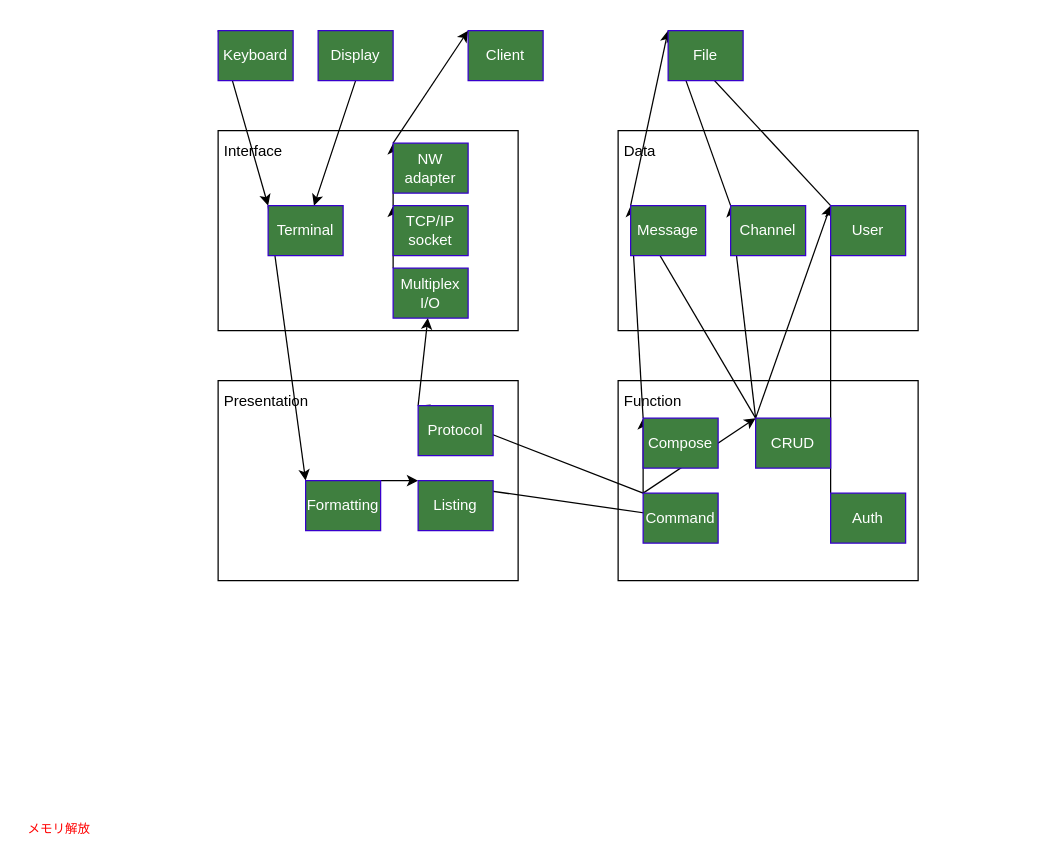
yunixuma/myIRC keeps this draw.io diagram as page "Architecture" (1 of 2) of irc_design.drawio. Above is the earlier version. Source tidied: cells renumbered, new cells numbered last; positions are measured from the earlier drawing's top-left corner, leaving out a move shared by most shapes. Both pictures are drawn from the tidied source at 125%, with x=0, y=0 at pixel (21, 30).
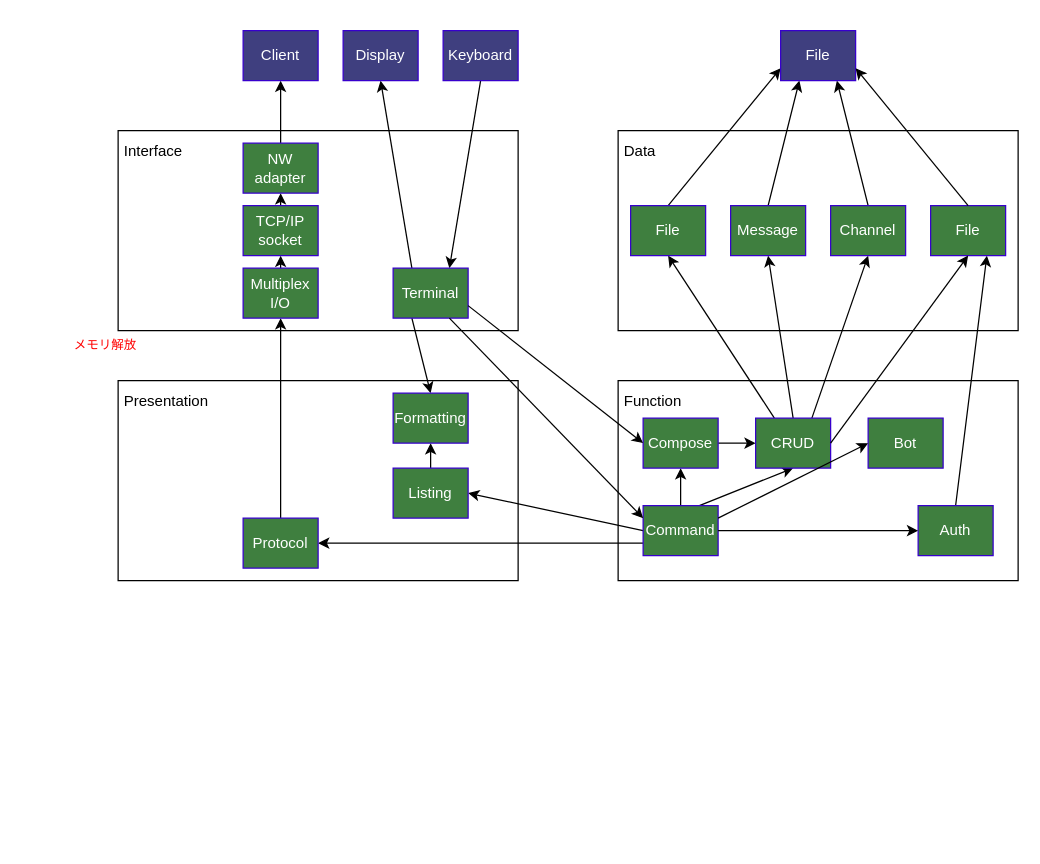
Above is the later version.

The change refers to these unchanged cells:
```xml
<mxCell id="36" value="CRUD" style="rounded=0;whiteSpace=wrap;html=1;fillColor=#3F7F3F;fontColor=#ffffff;strokeColor=#3700CC;" parent="1" vertex="1">
  <mxGeometry x="587" y="310" width="60" height="40" as="geometry" />
</mxCell>
<mxCell id="37" value="Compose" style="rounded=0;whiteSpace=wrap;html=1;fillColor=#3F7F3F;fontColor=#ffffff;strokeColor=#3700CC;" parent="1" vertex="1">
  <mxGeometry x="497" y="310" width="60" height="40" as="geometry" />
</mxCell>
```

The edit, as a diff of the source:
```diff
@@
     <mxCell id="2" value="Interface" style="labelPosition=center;verticalLabelPosition=middle;align=left;verticalAlign=top;spacingTop=0;spacingLeft=0;spacingRight=0;spacing=5;" parent="1" vertex="1">
-      <mxGeometry x="157" y="80" width="240" height="160" as="geometry" />
+      <mxGeometry x="77" y="80" width="320" height="160" as="geometry" />
     </mxCell>
     <mxCell id="3" value="Data" style="labelPosition=center;verticalLabelPosition=middle;align=left;verticalAlign=top;spacingTop=0;spacingLeft=0;spacingRight=0;spacing=5;" parent="1" vertex="1">
-      <mxGeometry x="477" y="80" width="240" height="160" as="geometry" />
+      <mxGeometry x="477" y="80" width="320" height="160" as="geometry" />
     </mxCell>
     <mxCell id="4" value="Function" style="labelPosition=center;verticalLabelPosition=middle;align=left;verticalAlign=top;spacingTop=0;spacingLeft=0;spacingRight=0;spacing=5;" parent="1" vertex="1">
-      <mxGeometry x="477" y="280" width="240" height="160" as="geometry" />
+      <mxGeometry x="477" y="280" width="320" height="160" as="geometry" />
     </mxCell>
     <mxCell id="5" value="Presentation" style="labelPosition=center;verticalLabelPosition=middle;align=left;verticalAlign=top;spacingTop=0;spacingLeft=0;spacingRight=0;spacing=5;" parent="1" vertex="1">
-      <mxGeometry x="157" y="280" width="240" height="160" as="geometry" />
+      <mxGeometry x="77" y="280" width="320" height="160" as="geometry" />
     </mxCell>
-    <mxCell id="6" style="edgeStyle=none;html=1;exitX=0;exitY=0;exitDx=0;exitDy=0;entryX=0;entryY=0;entryDx=0;entryDy=0;" parent="1" edge="1" source="11" target="29">
+    <mxCell id="6" style="edgeStyle=none;html=1;exitX=0.25;exitY=1;exitDx=0;exitDy=0;entryX=0.5;entryY=0;entryDx=0;entryDy=0;" parent="1" edge="1" source="11" target="29">
       <mxGeometry relative="1" as="geometry" />
     </mxCell>
-    <mxCell id="7" style="edgeStyle=none;html=1;exitX=0;exitY=0;exitDx=0;exitDy=0;entryX=0;entryY=0;entryDx=0;entryDy=0;" parent="1" edge="1" source="27" target="26">
+    <mxCell id="7" style="edgeStyle=none;html=1;exitX=0.5;exitY=0;exitDx=0;exitDy=0;entryX=0.5;entryY=1;entryDx=0;entryDy=0;" parent="1" edge="1" source="27" target="26">
       <mxGeometry relative="1" as="geometry" />
     </mxCell>
-    <mxCell id="8" style="edgeStyle=none;html=1;exitX=0.5;exitY=1;exitDx=0;exitDy=0;" parent="1" edge="1" source="23" target="11">
+    <mxCell id="8" style="edgeStyle=none;html=1;entryX=0.5;entryY=1;entryDx=0;entryDy=0;exitX=0.25;exitY=0;exitDx=0;exitDy=0;" parent="1" edge="1" source="11" target="24">
       <mxGeometry relative="1" as="geometry" />
     </mxCell>
-    <mxCell id="9" style="edgeStyle=none;html=1;entryX=0;entryY=0;entryDx=0;entryDy=0;exitX=0;exitY=0;exitDx=0;exitDy=0;" parent="1" edge="1" source="24" target="11">
+    <mxCell id="9" style="edgeStyle=none;html=1;entryX=0.75;entryY=0;entryDx=0;entryDy=0;exitX=0.5;exitY=1;exitDx=0;exitDy=0;" parent="1" edge="1" source="23" target="11">
       <mxGeometry relative="1" as="geometry" />
     </mxCell>
     <mxCell id="10" value="メモリ解放" style="rounded=0;whiteSpace=wrap;html=1;fillColor=none;strokeColor=none;fontSize=10;fontColor=#FF0000;" parent="1" vertex="1">
-      <mxGeometry y="627" width="60" height="22" as="geometry" />
+      <mxGeometry x="37" y="240" width="60" height="22" as="geometry" />
     </mxCell>
     <mxCell id="11" value="Terminal" style="rounded=0;whiteSpace=wrap;html=1;fillColor=#3F7F3F;fontColor=#ffffff;strokeColor=#3700CC;" parent="1" vertex="1">
-      <mxGeometry x="197" y="140" width="60" height="40" as="geometry" />
+      <mxGeometry x="297" y="190" width="60" height="40" as="geometry" />
     </mxCell>
-    <mxCell id="12" style="edgeStyle=none;html=1;exitX=0;exitY=0;exitDx=0;exitDy=0;entryX=0;entryY=0;entryDx=0;entryDy=0;" parent="1" edge="1" source="38" target="44">
+    <mxCell id="12" style="edgeStyle=none;html=1;exitX=0.5;exitY=0;exitDx=0;exitDy=0;entryX=0.75;entryY=1;entryDx=0;entryDy=0;" parent="1" edge="1" source="38" target="48">
       <mxGeometry relative="1" as="geometry" />
     </mxCell>
-    <mxCell id="13" style="edgeStyle=none;html=1;exitX=0;exitY=0;exitDx=0;exitDy=0;entryX=0;entryY=0;entryDx=0;entryDy=0;" parent="1" edge="1" source="26" target="25">
+    <mxCell id="13" style="edgeStyle=none;html=1;exitX=0.5;exitY=0;exitDx=0;exitDy=0;entryX=0.5;entryY=1;entryDx=0;entryDy=0;" parent="1" edge="1" source="26" target="25">
       <mxGeometry relative="1" as="geometry" />
     </mxCell>
-    <mxCell id="14" style="edgeStyle=none;html=1;exitX=0;exitY=0;exitDx=0;exitDy=0;entryX=0;entryY=0;entryDx=0;entryDy=0;" parent="1" edge="1" source="36" target="42">
+    <mxCell id="14" style="edgeStyle=none;html=1;exitX=0.25;exitY=0;exitDx=0;exitDy=0;entryX=0.5;entryY=1;entryDx=0;entryDy=0;" parent="1" edge="1" source="36" target="42">
       <mxGeometry relative="1" as="geometry" />
     </mxCell>
-    <mxCell id="15" style="edgeStyle=none;html=1;exitX=0;exitY=0;exitDx=0;exitDy=0;entryX=0;entryY=0;entryDx=0;entryDy=0;" parent="1" edge="1" source="36" target="43">
+    <mxCell id="15" style="edgeStyle=none;html=1;exitX=0.5;exitY=0;exitDx=0;exitDy=0;entryX=0.5;entryY=1;entryDx=0;entryDy=0;" parent="1" edge="1" source="36" target="43">
       <mxGeometry relative="1" as="geometry" />
     </mxCell>
-    <mxCell id="16" style="edgeStyle=none;html=1;exitX=0;exitY=0;exitDx=0;exitDy=0;entryX=0;entryY=0;entryDx=0;entryDy=0;" parent="1" edge="1" source="36" target="44">
+    <mxCell id="16" style="edgeStyle=none;html=1;exitX=0.75;exitY=0;exitDx=0;exitDy=0;entryX=0.5;entryY=1;entryDx=0;entryDy=0;" parent="1" edge="1" source="36" target="44">
       <mxGeometry relative="1" as="geometry" />
     </mxCell>
-    <mxCell id="17" style="edgeStyle=none;html=1;exitX=0;exitY=0;exitDx=0;exitDy=0;entryX=0;entryY=0;entryDx=0;entryDy=0;" parent="1" edge="1" source="29" target="40">
+    <mxCell id="17" style="edgeStyle=none;html=1;entryX=0.5;entryY=1;entryDx=0;entryDy=0;exitX=0.5;exitY=0;exitDx=0;exitDy=0;" parent="1" edge="1" source="40" target="29">
       <mxGeometry relative="1" as="geometry" />
     </mxCell>
-    <mxCell id="18" style="edgeStyle=none;html=1;exitX=0;exitY=0;exitDx=0;exitDy=0;" parent="1" edge="1" source="41" target="28">
+    <mxCell id="18" style="edgeStyle=none;html=1;exitX=0.5;exitY=0;exitDx=0;exitDy=0;entryX=0.5;entryY=1;entryDx=0;entryDy=0;" parent="1" edge="1" source="41" target="28">
       <mxGeometry relative="1" as="geometry" />
     </mxCell>
-    <mxCell id="19" style="edgeStyle=none;html=1;exitX=0;exitY=0;exitDx=0;exitDy=0;entryX=0;entryY=0;entryDx=0;entryDy=0;" parent="1" edge="1" source="42" target="30">
+    <mxCell id="19" style="edgeStyle=none;html=1;exitX=0.5;exitY=0;exitDx=0;exitDy=0;entryX=0;entryY=0.75;entryDx=0;entryDy=0;" parent="1" edge="1" source="42" target="30">
       <mxGeometry relative="1" as="geometry" />
     </mxCell>
-    <mxCell id="20" style="edgeStyle=none;html=1;exitX=0;exitY=0;exitDx=0;exitDy=0;entryX=0;entryY=0;entryDx=0;entryDy=0;" parent="1" edge="1" source="28" target="27">
+    <mxCell id="20" style="edgeStyle=none;html=1;exitX=0.5;exitY=0;exitDx=0;exitDy=0;entryX=0.5;entryY=1;entryDx=0;entryDy=0;" parent="1" edge="1" source="28" target="27">
       <mxGeometry relative="1" as="geometry" />
     </mxCell>
-    <mxCell id="21" style="edgeStyle=none;html=1;exitX=0;exitY=0;exitDx=0;exitDy=0;entryX=0;entryY=0;entryDx=0;entryDy=0;" parent="1" edge="1" source="43" target="30">
+    <mxCell id="21" style="edgeStyle=none;html=1;exitX=0.5;exitY=0;exitDx=0;exitDy=0;entryX=0.25;entryY=1;entryDx=0;entryDy=0;" parent="1" edge="1" source="43" target="30">
       <mxGeometry relative="1" as="geometry" />
     </mxCell>
-    <mxCell id="22" style="edgeStyle=none;html=1;exitX=0;exitY=0;exitDx=0;exitDy=0;entryX=0;entryY=0;entryDx=0;entryDy=0;" parent="1" edge="1" source="44" target="30">
+    <mxCell id="22" style="edgeStyle=none;html=1;exitX=0.5;exitY=0;exitDx=0;exitDy=0;entryX=0.75;entryY=1;entryDx=0;entryDy=0;" parent="1" edge="1" source="44" target="30">
       <mxGeometry relative="1" as="geometry" />
     </mxCell>
-    <mxCell id="23" value="Display" style="rounded=0;whiteSpace=wrap;html=1;fillColor=#3F7F3F;fontColor=#ffffff;strokeColor=#3700CC;" parent="1" vertex="1">
-      <mxGeometry x="237" width="60" height="40" as="geometry" />
+    <mxCell id="23" value="Keyboard" style="rounded=0;whiteSpace=wrap;html=1;fillColor=#3F3F7F;fontColor=#ffffff;strokeColor=#3700CC;" parent="1" vertex="1">
+      <mxGeometry x="337" width="60" height="40" as="geometry" />
     </mxCell>
-    <mxCell id="24" value="Keyboard" style="rounded=0;whiteSpace=wrap;html=1;fillColor=#3F7F3F;fontColor=#ffffff;strokeColor=#3700CC;" parent="1" vertex="1">
-      <mxGeometry x="157" width="60" height="40" as="geometry" />
+    <mxCell id="24" value="Display" style="rounded=0;whiteSpace=wrap;html=1;fillColor=#3F3F7F;fontColor=#ffffff;strokeColor=#3700CC;" parent="1" vertex="1">
+      <mxGeometry x="257" width="60" height="40" as="geometry" />
     </mxCell>
-    <mxCell id="25" value="Client" style="rounded=0;whiteSpace=wrap;html=1;fillColor=#3F7F3F;fontColor=#ffffff;strokeColor=#3700CC;" parent="1" vertex="1">
-      <mxGeometry x="357" width="60" height="40" as="geometry" />
+    <mxCell id="25" value="Client" style="rounded=0;whiteSpace=wrap;html=1;fillColor=#3F3F7F;fontColor=#ffffff;strokeColor=#3700CC;" parent="1" vertex="1">
+      <mxGeometry x="177" width="60" height="40" as="geometry" />
     </mxCell>
     <mxCell id="26" value="NW&lt;br&gt;adapter" style="rounded=0;whiteSpace=wrap;html=1;fillColor=#3F7F3F;fontColor=#ffffff;strokeColor=#3700CC;" parent="1" vertex="1">
-      <mxGeometry x="297" y="90" width="60" height="40" as="geometry" />
+      <mxGeometry x="177" y="90" width="60" height="40" as="geometry" />
     </mxCell>
     <mxCell id="27" value="TCP/IP&lt;br&gt;socket" style="rounded=0;whiteSpace=wrap;html=1;fillColor=#3F7F3F;fontColor=#ffffff;strokeColor=#3700CC;" parent="1" vertex="1">
-      <mxGeometry x="297" y="140" width="60" height="40" as="geometry" />
+      <mxGeometry x="177" y="140" width="60" height="40" as="geometry" />
     </mxCell>
     <mxCell id="28" value="Multiplex&lt;br&gt;I/O" style="rounded=0;whiteSpace=wrap;html=1;fillColor=#3F7F3F;fontColor=#ffffff;strokeColor=#3700CC;" parent="1" vertex="1">
-      <mxGeometry x="297" y="190" width="60" height="40" as="geometry" />
+      <mxGeometry x="177" y="190" width="60" height="40" as="geometry" />
     </mxCell>
     <mxCell id="29" value="Formatting" style="rounded=0;whiteSpace=wrap;html=1;fillColor=#3F7F3F;fontColor=#ffffff;strokeColor=#3700CC;" parent="1" vertex="1">
-      <mxGeometry x="227" y="360" width="60" height="40" as="geometry" />
+      <mxGeometry x="297" y="290" width="60" height="40" as="geometry" />
     </mxCell>
-    <mxCell id="30" value="File" style="rounded=0;whiteSpace=wrap;html=1;fillColor=#3F7F3F;fontColor=#ffffff;strokeColor=#3700CC;" parent="1" vertex="1">
-      <mxGeometry x="517" width="60" height="40" as="geometry" />
+    <mxCell id="30" value="File" style="rounded=0;whiteSpace=wrap;html=1;fillColor=#3F3F7F;fontColor=#ffffff;strokeColor=#3700CC;" parent="1" vertex="1">
+      <mxGeometry x="607" width="60" height="40" as="geometry" />
     </mxCell>
-    <mxCell id="31" style="edgeStyle=none;html=1;entryX=0;entryY=0;entryDx=0;entryDy=0;exitX=0;exitY=0;exitDx=0;exitDy=0;" parent="1" edge="1" source="37" target="42">
+    <mxCell id="31" style="edgeStyle=none;html=1;entryX=0;entryY=0.5;entryDx=0;entryDy=0;exitX=1;exitY=0.5;exitDx=0;exitDy=0;" parent="1" edge="1" source="37" target="36">
       <mxGeometry relative="1" as="geometry" />
     </mxCell>
-    <mxCell id="32" style="edgeStyle=none;html=1;exitX=0;exitY=0;exitDx=0;exitDy=0;entryX=0;entryY=0;entryDx=0;entryDy=0;" parent="1" edge="1" source="39" target="36">
+    <mxCell id="32" style="edgeStyle=none;html=1;exitX=0.75;exitY=0;exitDx=0;exitDy=0;entryX=0.5;entryY=1;entryDx=0;entryDy=0;" parent="1" edge="1" source="39" target="36">
       <mxGeometry relative="1" as="geometry" />
     </mxCell>
-    <mxCell id="33" style="edgeStyle=none;html=1;exitX=0;exitY=0;exitDx=0;exitDy=0;" parent="1" edge="1" source="40">
-      <mxGeometry relative="1" as="geometry">
-        <mxPoint x="527" y="390" as="targetPoint" />
-      </mxGeometry>
+    <mxCell id="33" style="edgeStyle=none;html=1;entryX=1;entryY=0.5;entryDx=0;entryDy=0;exitX=0;exitY=0.5;exitDx=0;exitDy=0;" parent="1" edge="1" source="39" target="40">
+      <mxGeometry relative="1" as="geometry" />
     </mxCell>
-    <mxCell id="34" style="edgeStyle=none;html=1;exitX=0;exitY=0;exitDx=0;exitDy=0;entryX=0;entryY=0;entryDx=0;entryDy=0;" parent="1" edge="1" source="39" target="37">
+    <mxCell id="34" style="edgeStyle=none;html=1;exitX=0.5;exitY=0;exitDx=0;exitDy=0;entryX=0.5;entryY=1;entryDx=0;entryDy=0;" parent="1" edge="1" source="39" target="37">
       <mxGeometry relative="1" as="geometry" />
     </mxCell>
-    <mxCell id="35" style="edgeStyle=none;html=1;exitX=0;exitY=0;exitDx=0;exitDy=0;entryX=0;entryY=0;entryDx=0;entryDy=0;" parent="1" edge="1" source="39" target="41">
+    <mxCell id="35" style="edgeStyle=none;html=1;exitX=0;exitY=0.75;exitDx=0;exitDy=0;entryX=1;entryY=0.5;entryDx=0;entryDy=0;" parent="1" edge="1" source="39" target="41">
       <mxGeometry relative="1" as="geometry" />
     </mxCell>
@@
     <mxCell id="38" value="Auth" style="rounded=0;whiteSpace=wrap;html=1;fillColor=#3F7F3F;fontColor=#ffffff;strokeColor=#3700CC;" parent="1" vertex="1">
-      <mxGeometry x="647" y="370" width="60" height="40" as="geometry" />
+      <mxGeometry x="717" y="380" width="60" height="40" as="geometry" />
     </mxCell>
     <mxCell id="39" value="Command" style="rounded=0;whiteSpace=wrap;html=1;fillColor=#3F7F3F;fontColor=#ffffff;strokeColor=#3700CC;" parent="1" vertex="1">
-      <mxGeometry x="497" y="370" width="60" height="40" as="geometry" />
+      <mxGeometry x="497" y="380" width="60" height="40" as="geometry" />
     </mxCell>
     <mxCell id="40" value="Listing" style="rounded=0;whiteSpace=wrap;html=1;fillColor=#3F7F3F;fontColor=#ffffff;strokeColor=#3700CC;" parent="1" vertex="1">
-      <mxGeometry x="317" y="360" width="60" height="40" as="geometry" />
+      <mxGeometry x="297" y="350" width="60" height="40" as="geometry" />
     </mxCell>
     <mxCell id="41" value="Protocol" style="rounded=0;whiteSpace=wrap;html=1;fillColor=#3F7F3F;fontColor=#ffffff;strokeColor=#3700CC;" parent="1" vertex="1">
-      <mxGeometry x="317" y="300" width="60" height="40" as="geometry" />
+      <mxGeometry x="177" y="390" width="60" height="40" as="geometry" />
     </mxCell>
-    <mxCell id="42" value="Message" style="rounded=0;whiteSpace=wrap;html=1;fillColor=#3F7F3F;fontColor=#ffffff;strokeColor=#3700CC;" parent="1" vertex="1">
+    <mxCell id="42" value="File" style="rounded=0;whiteSpace=wrap;html=1;fillColor=#3F7F3F;fontColor=#ffffff;strokeColor=#3700CC;" parent="1" vertex="1">
       <mxGeometry x="487" y="140" width="60" height="40" as="geometry" />
     </mxCell>
-    <mxCell id="43" value="Channel" style="rounded=0;whiteSpace=wrap;html=1;fillColor=#3F7F3F;fontColor=#ffffff;strokeColor=#3700CC;" parent="1" vertex="1">
+    <mxCell id="43" value="Message" style="rounded=0;whiteSpace=wrap;html=1;fillColor=#3F7F3F;fontColor=#ffffff;strokeColor=#3700CC;" parent="1" vertex="1">
       <mxGeometry x="567" y="140" width="60" height="40" as="geometry" />
     </mxCell>
-    <mxCell id="44" value="User" style="rounded=0;whiteSpace=wrap;html=1;fillColor=#3F7F3F;fontColor=#ffffff;strokeColor=#3700CC;" parent="1" vertex="1">
+    <mxCell id="44" value="Channel" style="rounded=0;whiteSpace=wrap;html=1;fillColor=#3F7F3F;fontColor=#ffffff;strokeColor=#3700CC;" parent="1" vertex="1">
       <mxGeometry x="647" y="140" width="60" height="40" as="geometry" />
     </mxCell>
+    <mxCell id="45" style="edgeStyle=none;html=1;exitX=0.75;exitY=1;exitDx=0;exitDy=0;entryX=0;entryY=0.25;entryDx=0;entryDy=0;" parent="1" edge="1" source="11" target="39">
+      <mxGeometry relative="1" as="geometry" />
+    </mxCell>
+    <mxCell id="46" style="edgeStyle=none;html=1;exitX=1;exitY=0.5;exitDx=0;exitDy=0;entryX=0;entryY=0.5;entryDx=0;entryDy=0;" parent="1" edge="1" source="39" target="38">
+      <mxGeometry relative="1" as="geometry" />
+    </mxCell>
+    <mxCell id="47" style="edgeStyle=none;html=1;exitX=1;exitY=0.75;exitDx=0;exitDy=0;entryX=0;entryY=0.5;entryDx=0;entryDy=0;" parent="1" edge="1" source="11" target="37">
+      <mxGeometry relative="1" as="geometry" />
+    </mxCell>
+    <mxCell id="48" value="File" style="rounded=0;whiteSpace=wrap;html=1;fillColor=#3F7F3F;fontColor=#ffffff;strokeColor=#3700CC;" parent="1" vertex="1">
+      <mxGeometry x="727" y="140" width="60" height="40" as="geometry" />
+    </mxCell>
+    <mxCell id="49" style="edgeStyle=none;html=1;exitX=0.5;exitY=0;exitDx=0;exitDy=0;entryX=1;entryY=0.75;entryDx=0;entryDy=0;" parent="1" edge="1" source="48" target="30">
+      <mxGeometry relative="1" as="geometry" />
+    </mxCell>
+    <mxCell id="50" style="edgeStyle=none;html=1;exitX=1;exitY=0.5;exitDx=0;exitDy=0;entryX=0.5;entryY=1;entryDx=0;entryDy=0;" parent="1" edge="1" source="36" target="48">
+      <mxGeometry relative="1" as="geometry" />
+    </mxCell>
+    <mxCell id="51" value="Bot" style="rounded=0;whiteSpace=wrap;html=1;fillColor=#3F7F3F;fontColor=#ffffff;strokeColor=#3700CC;" parent="1" vertex="1">
+      <mxGeometry x="677" y="310" width="60" height="40" as="geometry" />
+    </mxCell>
+    <mxCell id="52" style="edgeStyle=none;html=1;exitX=1;exitY=0.25;exitDx=0;exitDy=0;entryX=0;entryY=0.5;entryDx=0;entryDy=0;" parent="1" edge="1" source="39" target="51">
+      <mxGeometry relative="1" as="geometry" />
+    </mxCell>
```
